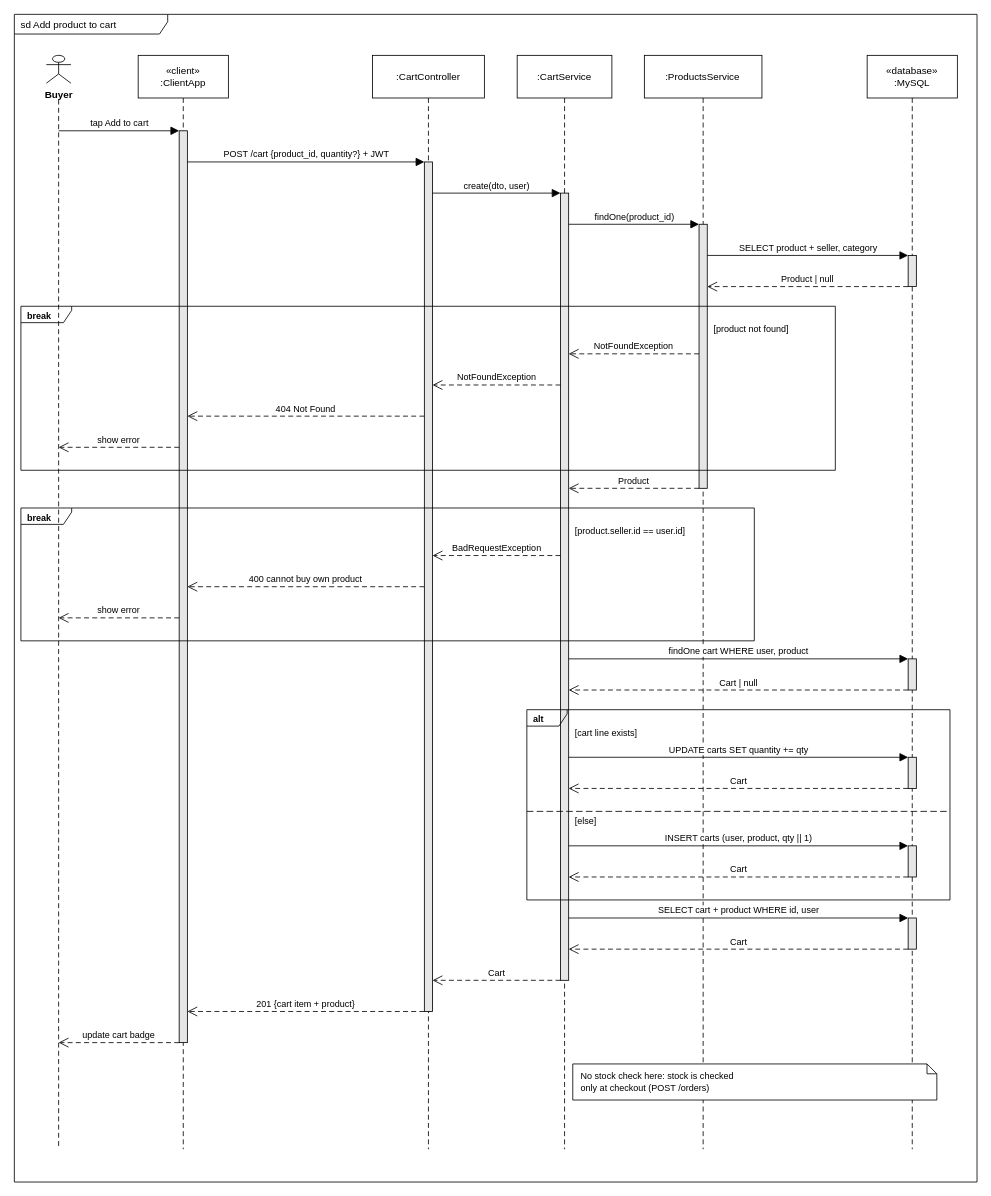
Earlier version of the draw.io diagram page "Cart" (2 of 14) of docs/system-design/drawio/Sequence-Diagrams.drawio (tdat-dev/Zoldify_Backend). Source tidied: cells renumbered, new cells numbered last; positions are measured from the earlier drawing's top-left corner, leaving out a move shared by most shapes. Both pictures are drawn from the tidied source at 82%, with x=0, y=0 at pixel (14, 14).
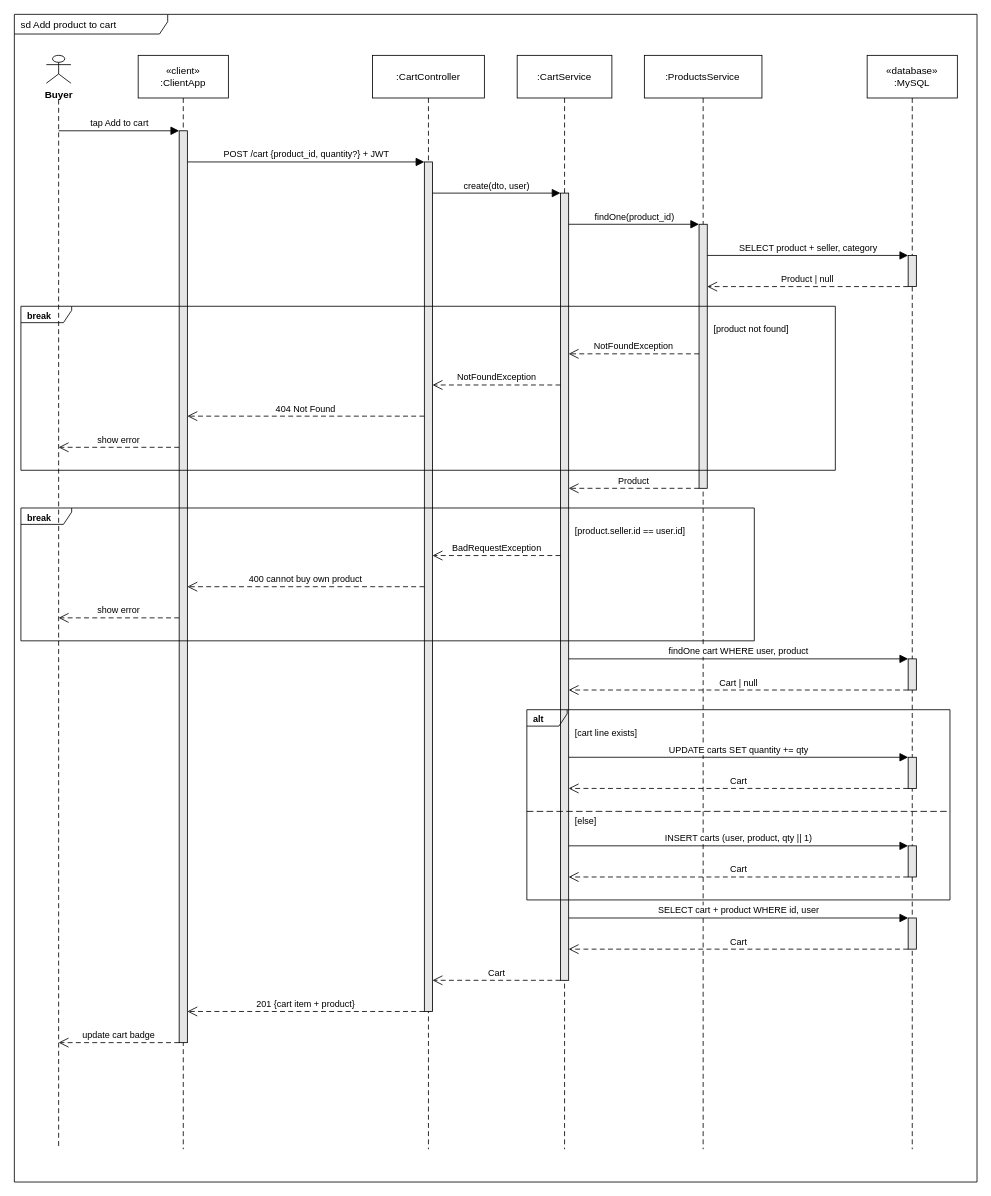
The same page after the edit.

The edit, as a diff of the source:
```diff
@@
-    <mxCell id="15" value="No stock check here: stock is checked&lt;br&gt;only at checkout (POST /orders)" style="shape=note;whiteSpace=wrap;html=1;size=12;align=left;verticalAlign=middle;spacingLeft=8;spacingRight=8;fillColor=#FFFFFF;strokeColor=#000000;fontSize=11;fontFamily=Helvetica;fontColor=#000000;" parent="1" vertex="1">
-      <mxGeometry x="681" y="1280" width="444" height="44" as="geometry" />
-    </mxCell>
```
